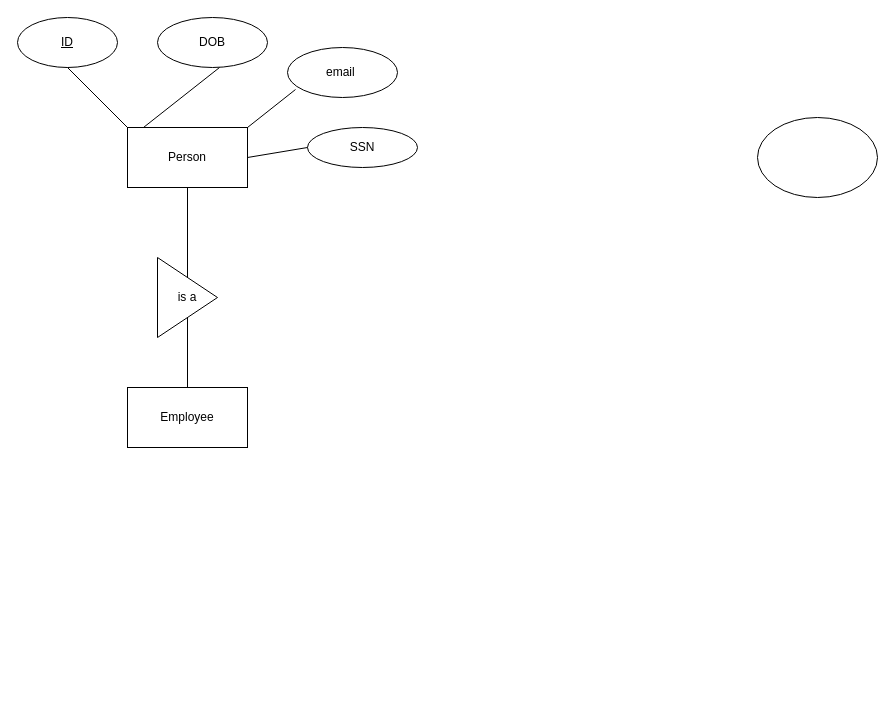
Earlier version of the draw.io diagram Untitled Diagram.drawio (alec202/CIS353ERDiagramAssignment). Source tidied: cells renumbered, new cells numbered last; positions are measured from the earlier drawing's top-left corner, leaving out a move shared by most shapes. Both pictures are drawn from the tidied source at 100%, with x=0, y=0 at pixel (17, 17).
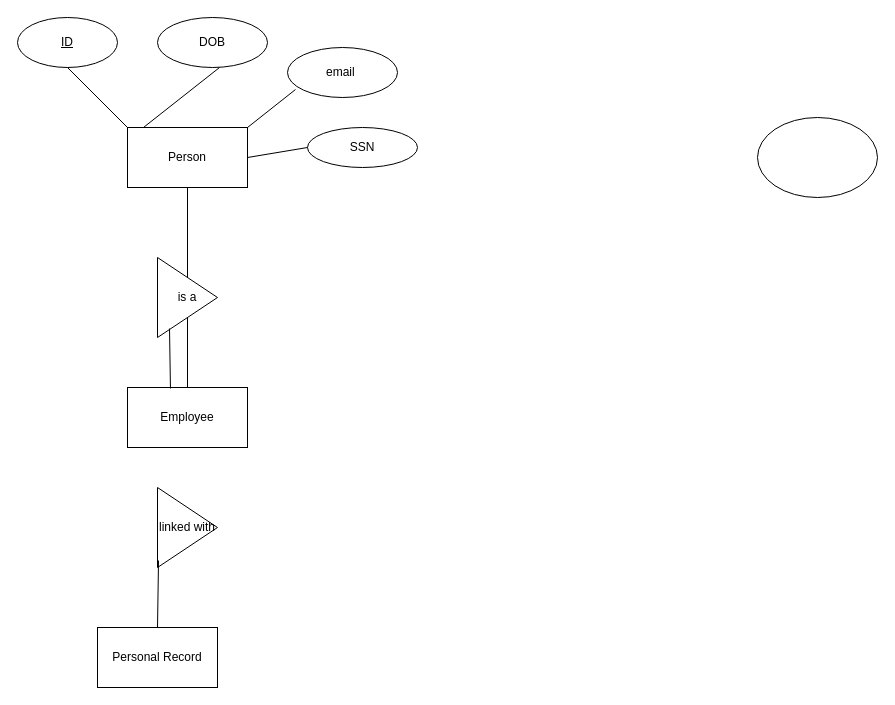
The same page after the edit.

The change refers to these unchanged cells:
```xml
<mxCell id="12" value="Employee" style="rounded=0;whiteSpace=wrap;html=1;" parent="1" vertex="1">
  <mxGeometry x="110" y="370" width="120" height="60" as="geometry" />
</mxCell>
<mxCell id="14" value="is a" style="triangle;whiteSpace=wrap;html=1;" parent="1" vertex="1">
  <mxGeometry x="140" y="240" width="60" height="80" as="geometry" />
</mxCell>
```

Change to the diagram source:
```diff
@@
+    <mxCell id="16" style="endArrow=none;html=1;rounded=0;entryX=0.2;entryY=0.888;entryDx=0;entryDy=0;entryPerimeter=0;exitX=0.358;exitY=0.017;exitDx=0;exitDy=0;exitPerimeter=0;" parent="1" edge="1" source="12" target="14">
+      <mxGeometry relative="1" as="geometry" />
+    </mxCell>
+    <mxCell id="17" value="Personal Record" style="rounded=0;whiteSpace=wrap;html=1;" parent="1" vertex="1">
+      <mxGeometry x="80" y="610" width="120" height="60" as="geometry" />
+    </mxCell>
+    <mxCell id="18" value="linked with" style="triangle;whiteSpace=wrap;html=1;" parent="1" vertex="1">
+      <mxGeometry x="140" y="470" width="60" height="80" as="geometry" />
+    </mxCell>
+    <mxCell id="19" style="endArrow=none;html=1;rounded=0;entryX=0.017;entryY=0.913;entryDx=0;entryDy=0;entryPerimeter=0;exitX=0.5;exitY=0;exitDx=0;exitDy=0;" parent="1" edge="1" source="17" target="18">
+      <mxGeometry relative="1" as="geometry" />
+    </mxCell>
```
